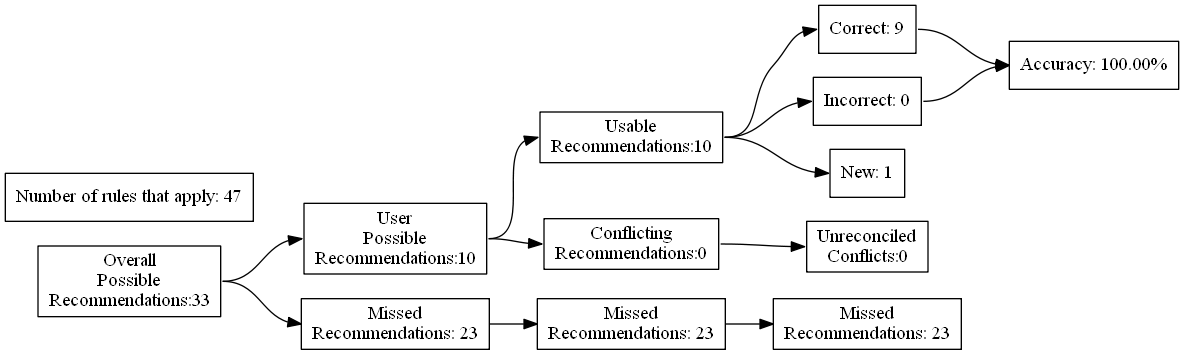
Before: test_renders/100.gv.png, a diagram exported from Graphviz (ZaxR/ibd_diet_analysis). Its source is kept beside it as test_renders/100.gv.
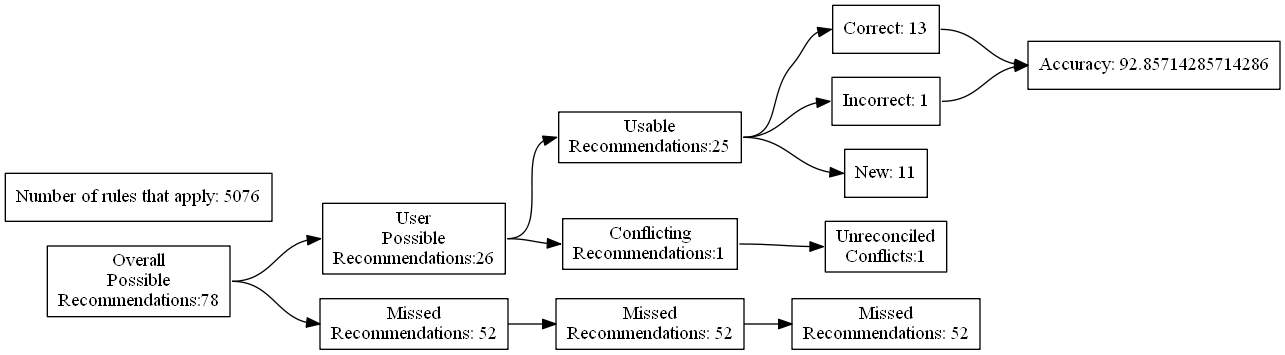
The same file after the commit.

Diff of the diagram source:
```diff
@@ -4,27 +4,27 @@
 	edge [headport=w tailport=e]
 		A [label="Overall
 Possible
-Recommendations:33"]
+Recommendations:78"]
 		B [label="User
 Possible
-Recommendations:10"]
+Recommendations:26"]
 		C [label="Missed
-Recommendations: 23"]
+Recommendations: 52"]
 		D [label="Usable
-Recommendations:10"]
+Recommendations:25"]
 		E [label="Conflicting
-Recommendations:0"]
+Recommendations:1"]
 		J [label="Missed
-Recommendations: 23"]
+Recommendations: 52"]
 		M [label="Unreconciled
-Conflicts:0"]
-		F [label="Correct: 9"]
-		G [label="Incorrect: 0"]
-		H [label="New: 1"]
+Conflicts:1"]
+		F [label="Correct: 13"]
+		G [label="Incorrect: 1"]
+		H [label="New: 11"]
 		K [label="Missed
-Recommendations: 23"]
-		I [label="Accuracy: 100.00%"]
-		l [label="Number of rules that apply: 47"]
+Recommendations: 52"]
+		I [label="Accuracy: 92.85714285714286"]
+		l [label="Number of rules that apply: 5076"]
 			A -> B
 			A -> C
 			B -> D
```
